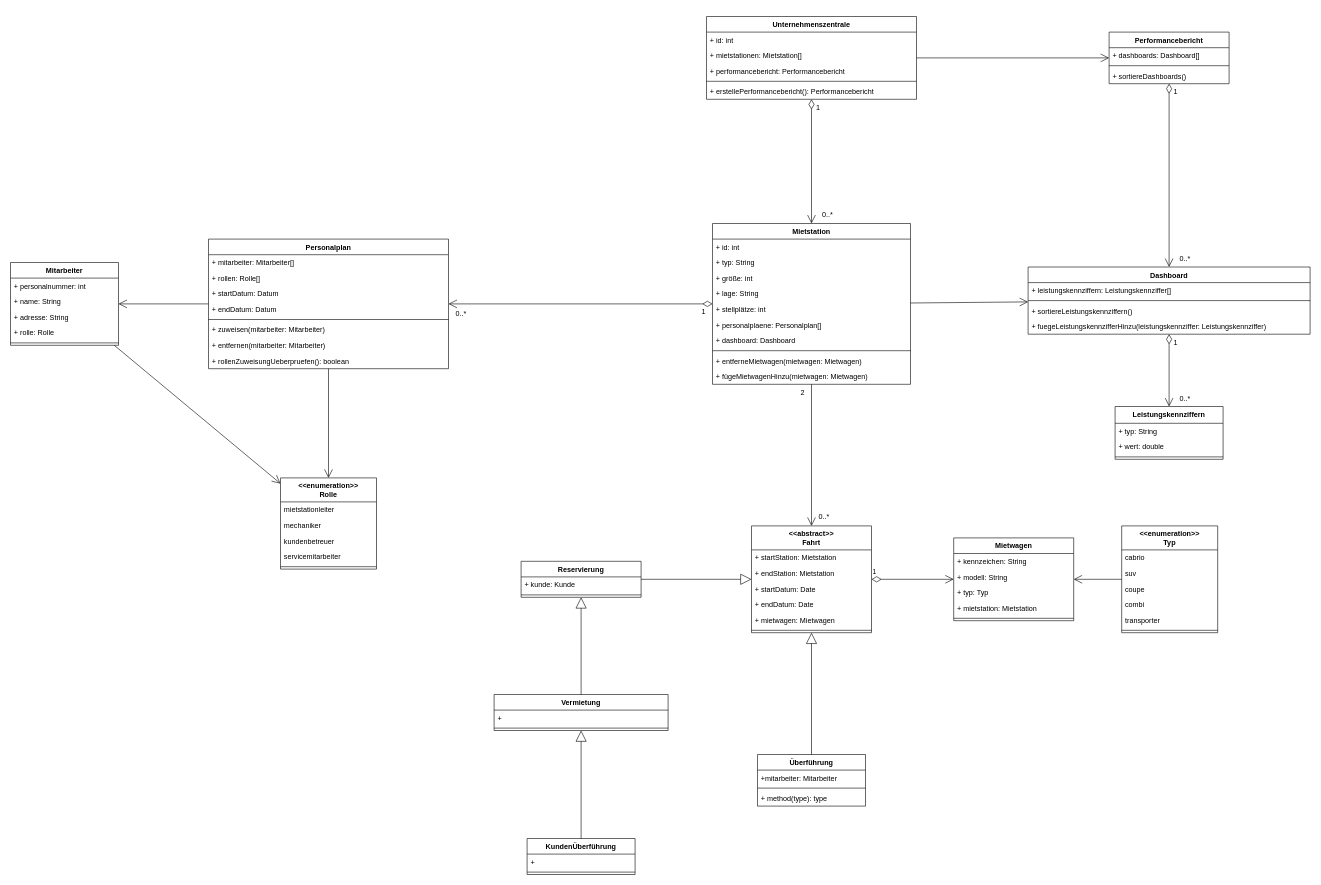
Before: E - Allgemeine Verwaltung/01 Klassendiagramm/01 Klassendiagramm - Allgemeine Verwaltung.drawio in DlieBG/car_rental, a draw.io diagram. Source tidied: cells renumbered, new cells numbered last; positions are measured from the earlier drawing's top-left corner, leaving out a move shared by most shapes. Both pictures are drawn from the tidied source at 60%, with x=0, y=0 at pixel (10, 16).
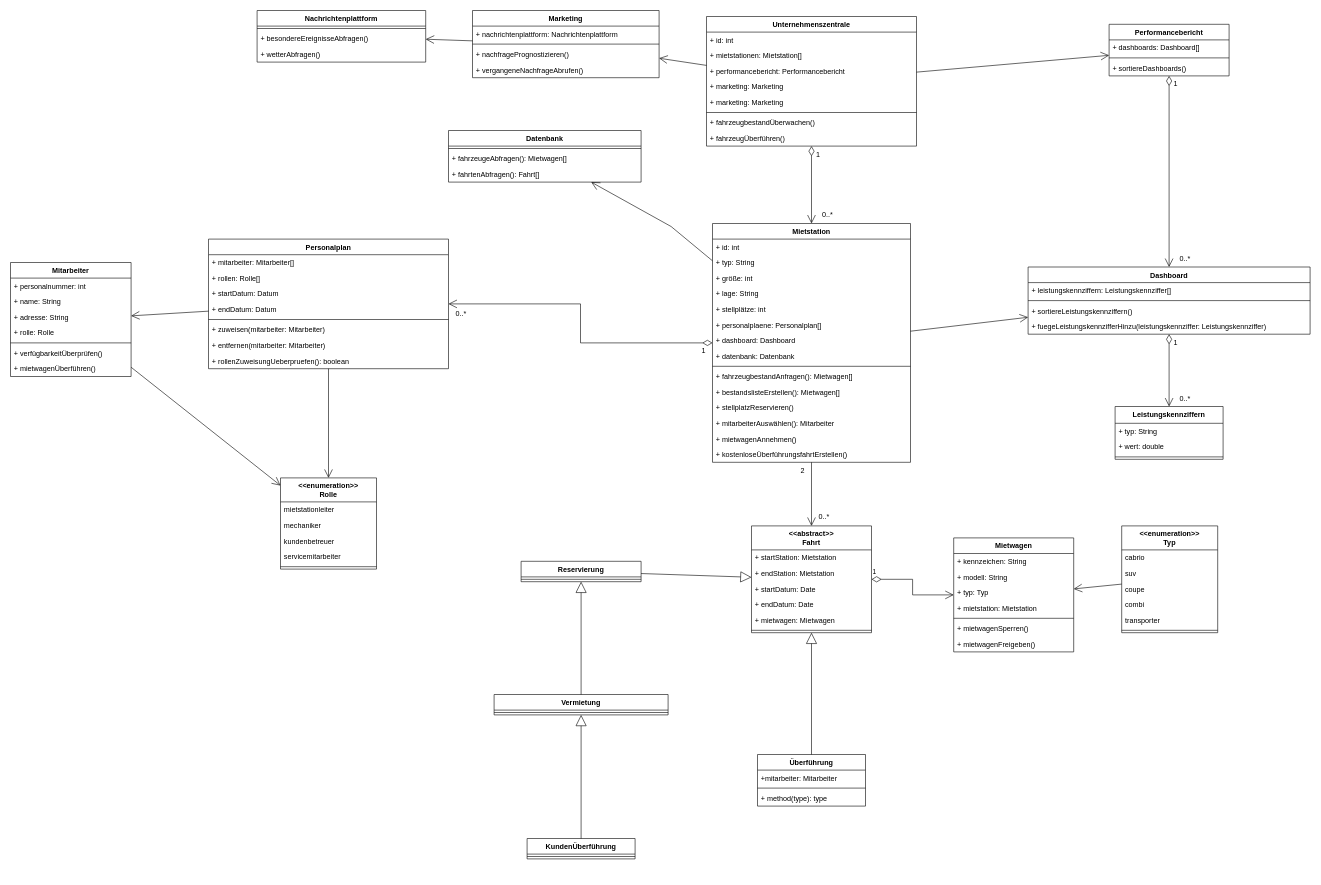
The same page after the edit.

Diff of the diagram source:
```diff
@@
     <mxCell id="2" value="Mietstation" style="swimlane;fontStyle=1;align=center;verticalAlign=top;horizontal=1;startSize=26;" parent="1" vertex="1">
-      <mxGeometry x="1170" y="345" width="330" height="268" as="geometry" />
+      <mxGeometry x="1170" y="345" width="330" height="398" as="geometry" />
     </mxCell>
@@
+    <mxCell id="112" value="+ datenbank: Datenbank" style="text;strokeColor=none;fillColor=none;align=left;verticalAlign=top;spacingLeft=4;spacingRight=4;overflow=hidden;fontSize=12;" parent="2" vertex="1">
+      <mxGeometry y="208" width="330" height="26" as="geometry" />
+    </mxCell>
     <mxCell id="10" style="line;strokeWidth=1;fillColor=none;align=left;verticalAlign=middle;spacingTop=-1;spacingLeft=3;spacingRight=3;labelPosition=right;" parent="2" vertex="1">
-      <mxGeometry y="208" width="330" height="8" as="geometry" />
+      <mxGeometry y="234" width="330" height="8" as="geometry" />
     </mxCell>
-    <mxCell id="11" value="+ entferneMietwagen(mietwagen: Mietwagen)" style="text;strokeColor=none;fillColor=none;align=left;verticalAlign=top;spacingLeft=4;spacingRight=4;overflow=hidden;" parent="2" vertex="1">
-      <mxGeometry y="216" width="330" height="26" as="geometry" />
+    <mxCell id="11" value="+ fahrzeugbestandAnfragen(): Mietwagen[]" style="text;strokeColor=none;fillColor=none;align=left;verticalAlign=top;spacingLeft=4;spacingRight=4;overflow=hidden;" parent="2" vertex="1">
+      <mxGeometry y="242" width="330" height="26" as="geometry" />
     </mxCell>
-    <mxCell id="12" value="+ fügeMietwagenHinzu(mietwagen: Mietwagen)" style="text;strokeColor=none;fillColor=none;align=left;verticalAlign=top;spacingLeft=4;spacingRight=4;overflow=hidden;" parent="2" vertex="1">
-      <mxGeometry y="242" width="330" height="26" as="geometry" />
-    </mxCell>
+    <mxCell id="113" value="+ bestandslisteErstellen(): Mietwagen[]" style="text;strokeColor=none;fillColor=none;align=left;verticalAlign=top;spacingLeft=4;spacingRight=4;overflow=hidden;" parent="2" vertex="1">
+      <mxGeometry y="268" width="330" height="26" as="geometry" />
+    </mxCell>
+    <mxCell id="114" value="+ stellplatzReservieren()" style="text;strokeColor=none;fillColor=none;align=left;verticalAlign=top;spacingLeft=4;spacingRight=4;overflow=hidden;" parent="2" vertex="1">
+      <mxGeometry y="294" width="330" height="26" as="geometry" />
+    </mxCell>
+    <mxCell id="115" value="+ mitarbeiterAuswählen(): Mitarbeiter" style="text;strokeColor=none;fillColor=none;align=left;verticalAlign=top;spacingLeft=4;spacingRight=4;overflow=hidden;" parent="2" vertex="1">
+      <mxGeometry y="320" width="330" height="26" as="geometry" />
+    </mxCell>
+    <mxCell id="116" value="+ mietwagenAnnehmen()" style="text;strokeColor=none;fillColor=none;align=left;verticalAlign=top;spacingLeft=4;spacingRight=4;overflow=hidden;" parent="2" vertex="1">
+      <mxGeometry y="346" width="330" height="26" as="geometry" />
+    </mxCell>
+    <mxCell id="117" value="+ kostenloseÜberführungsfahrtErstellen()" style="text;strokeColor=none;fillColor=none;align=left;verticalAlign=top;spacingLeft=4;spacingRight=4;overflow=hidden;" parent="2" vertex="1">
+      <mxGeometry y="372" width="330" height="26" as="geometry" />
+    </mxCell>
     <mxCell id="13" value="Mietwagen" style="swimlane;fontStyle=1;align=center;verticalAlign=top;horizontal=1;startSize=26;" parent="1" vertex="1">
-      <mxGeometry x="1572" y="869" width="200" height="138" as="geometry" />
+      <mxGeometry x="1572" y="869" width="200" height="190" as="geometry" />
     </mxCell>
@@
+    <mxCell id="118" value="+ mietwagenSperren()" style="text;strokeColor=none;fillColor=none;align=left;verticalAlign=top;spacingLeft=4;spacingRight=4;overflow=hidden;fontSize=12;" parent="13" vertex="1">
+      <mxGeometry y="138" width="200" height="26" as="geometry" />
+    </mxCell>
+    <mxCell id="119" value="+ mietwagenFreigeben()" style="text;strokeColor=none;fillColor=none;align=left;verticalAlign=top;spacingLeft=4;spacingRight=4;overflow=hidden;fontSize=12;" parent="13" vertex="1">
+      <mxGeometry y="164" width="200" height="26" as="geometry" />
+    </mxCell>
     <mxCell id="19" value="Unternehmenszentrale" style="swimlane;fontStyle=1;align=center;verticalAlign=top;horizontal=1;startSize=26;" parent="1" vertex="1">
-      <mxGeometry x="1160" width="350" height="138" as="geometry" />
+      <mxGeometry x="1160" width="350" height="216" as="geometry" />
     </mxCell>
@@
+    <mxCell id="120" value="+ marketing: Marketing" style="text;strokeColor=none;fillColor=none;align=left;verticalAlign=top;spacingLeft=4;spacingRight=4;overflow=hidden;" parent="19" vertex="1">
+      <mxGeometry y="104" width="350" height="26" as="geometry" />
+    </mxCell>
+    <mxCell id="121" value="+ marketing: Marketing" style="text;strokeColor=none;fillColor=none;align=left;verticalAlign=top;spacingLeft=4;spacingRight=4;overflow=hidden;" parent="19" vertex="1">
+      <mxGeometry y="130" width="350" height="26" as="geometry" />
+    </mxCell>
     <mxCell id="23" style="line;strokeWidth=1;fillColor=none;align=left;verticalAlign=middle;spacingTop=-1;spacingLeft=3;spacingRight=3;labelPosition=right;" parent="19" vertex="1">
-      <mxGeometry y="104" width="350" height="8" as="geometry" />
+      <mxGeometry y="156" width="350" height="8" as="geometry" />
     </mxCell>
-    <mxCell id="24" value="+ erstellePerformancebericht(): Performancebericht" style="text;strokeColor=none;fillColor=none;align=left;verticalAlign=top;spacingLeft=4;spacingRight=4;overflow=hidden;" parent="19" vertex="1">
-      <mxGeometry y="112" width="350" height="26" as="geometry" />
-    </mxCell>
+    <mxCell id="122" value="+ fahrzeugbestandÜberwachen()" style="text;strokeColor=none;fillColor=none;align=left;verticalAlign=top;spacingLeft=4;spacingRight=4;overflow=hidden;" parent="19" vertex="1">
+      <mxGeometry y="164" width="350" height="26" as="geometry" />
+    </mxCell>
+    <mxCell id="123" value="+ fahrzeugÜberführen()" style="text;strokeColor=none;fillColor=none;align=left;verticalAlign=top;spacingLeft=4;spacingRight=4;overflow=hidden;" parent="19" vertex="1">
+      <mxGeometry y="190" width="350" height="26" as="geometry" />
+    </mxCell>
     <mxCell id="25" value="Performancebericht" style="swimlane;fontStyle=1;align=center;verticalAlign=top;horizontal=1;startSize=26;" parent="1" vertex="1">
-      <mxGeometry x="1831" y="26" width="200" height="86" as="geometry" />
+      <mxGeometry x="1831" y="13" width="200" height="86" as="geometry" />
     </mxCell>
@@
     <mxCell id="34" value="Mitarbeiter" style="swimlane;fontStyle=1;align=center;verticalAlign=top;horizontal=1;startSize=26;" parent="1" vertex="1">
-      <mxGeometry y="410" width="180" height="138" as="geometry" />
+      <mxGeometry y="410" width="201" height="190" as="geometry" />
     </mxCell>
     <mxCell id="35" value="+ personalnummer: int" style="text;strokeColor=none;fillColor=none;align=left;verticalAlign=top;spacingLeft=4;spacingRight=4;overflow=hidden;" parent="34" vertex="1">
-      <mxGeometry y="26" width="180" height="26" as="geometry" />
+      <mxGeometry y="26" width="201" height="26" as="geometry" />
     </mxCell>
     <mxCell id="36" value="+ name: String" style="text;strokeColor=none;fillColor=none;align=left;verticalAlign=top;spacingLeft=4;spacingRight=4;overflow=hidden;fontSize=12;" parent="34" vertex="1">
-      <mxGeometry y="52" width="180" height="26" as="geometry" />
+      <mxGeometry y="52" width="201" height="26" as="geometry" />
     </mxCell>
     <mxCell id="37" value="+ adresse: String" style="text;strokeColor=none;fillColor=none;align=left;verticalAlign=top;spacingLeft=4;spacingRight=4;overflow=hidden;fontSize=12;" parent="34" vertex="1">
-      <mxGeometry y="78" width="180" height="26" as="geometry" />
+      <mxGeometry y="78" width="201" height="26" as="geometry" />
     </mxCell>
     <mxCell id="38" value="+ rolle: Rolle" style="text;strokeColor=none;fillColor=none;align=left;verticalAlign=top;spacingLeft=4;spacingRight=4;overflow=hidden;" parent="34" vertex="1">
-      <mxGeometry y="104" width="180" height="26" as="geometry" />
+      <mxGeometry y="104" width="201" height="26" as="geometry" />
     </mxCell>
     <mxCell id="39" style="line;strokeWidth=1;fillColor=none;align=left;verticalAlign=middle;spacingTop=-1;spacingLeft=3;spacingRight=3;labelPosition=right;" parent="34" vertex="1">
-      <mxGeometry y="130" width="180" height="8" as="geometry" />
+      <mxGeometry y="130" width="201" height="8" as="geometry" />
     </mxCell>
+    <mxCell id="124" value="+ verfügbarkeitÜberprüfen()" style="text;strokeColor=none;fillColor=none;align=left;verticalAlign=top;spacingLeft=4;spacingRight=4;overflow=hidden;" parent="34" vertex="1">
+      <mxGeometry y="138" width="201" height="26" as="geometry" />
+    </mxCell>
+    <mxCell id="125" value="+ mietwagenÜberführen()" style="text;strokeColor=none;fillColor=none;align=left;verticalAlign=top;spacingLeft=4;spacingRight=4;overflow=hidden;" parent="34" vertex="1">
+      <mxGeometry y="164" width="201" height="26" as="geometry" />
+    </mxCell>
@@
     <mxCell id="46" value="Vermietung" style="swimlane;fontStyle=1;align=center;verticalAlign=top;horizontal=1;startSize=26;" parent="1" vertex="1">
-      <mxGeometry x="806" y="1130" width="290" height="60" as="geometry" />
+      <mxGeometry x="806" y="1130" width="290" height="34" as="geometry" />
     </mxCell>
-    <mxCell id="47" value="+ " style="text;strokeColor=none;fillColor=none;align=left;verticalAlign=top;spacingLeft=4;spacingRight=4;overflow=hidden;" parent="46" vertex="1">
-      <mxGeometry y="26" width="290" height="26" as="geometry" />
-    </mxCell>
     <mxCell id="48" style="line;strokeWidth=1;fillColor=none;align=left;verticalAlign=middle;spacingTop=-1;spacingLeft=3;spacingRight=3;labelPosition=right;" parent="46" vertex="1">
-      <mxGeometry y="52" width="290" height="8" as="geometry" />
+      <mxGeometry y="26" width="290" height="8" as="geometry" />
     </mxCell>
     <mxCell id="49" value="Reservierung" style="swimlane;fontStyle=1;align=center;verticalAlign=top;horizontal=1;startSize=26;" parent="1" vertex="1">
-      <mxGeometry x="851" y="908" width="200" height="60" as="geometry" />
+      <mxGeometry x="851" y="908" width="200" height="34" as="geometry" />
     </mxCell>
-    <mxCell id="50" value="+ kunde: Kunde" style="text;strokeColor=none;fillColor=none;align=left;verticalAlign=top;spacingLeft=4;spacingRight=4;overflow=hidden;" parent="49" vertex="1">
-      <mxGeometry y="26" width="200" height="26" as="geometry" />
-    </mxCell>
     <mxCell id="51" style="line;strokeWidth=1;fillColor=none;align=left;verticalAlign=middle;spacingTop=-1;spacingLeft=3;spacingRight=3;labelPosition=right;" parent="49" vertex="1">
-      <mxGeometry y="52" width="200" height="8" as="geometry" />
+      <mxGeometry y="26" width="200" height="8" as="geometry" />
     </mxCell>
@@
     <mxCell id="101" value="KundenÜberführung" style="swimlane;fontStyle=1;align=center;verticalAlign=top;horizontal=1;startSize=26;" parent="1" vertex="1">
-      <mxGeometry x="861" y="1370" width="180" height="60" as="geometry" />
+      <mxGeometry x="861" y="1370" width="180" height="34" as="geometry" />
     </mxCell>
-    <mxCell id="102" value="+ " style="text;strokeColor=none;fillColor=none;align=left;verticalAlign=top;spacingLeft=4;spacingRight=4;overflow=hidden;" parent="101" vertex="1">
-      <mxGeometry y="26" width="180" height="26" as="geometry" />
-    </mxCell>
     <mxCell id="103" style="line;strokeWidth=1;fillColor=none;align=left;verticalAlign=middle;spacingTop=-1;spacingLeft=3;spacingRight=3;labelPosition=right;" parent="101" vertex="1">
-      <mxGeometry y="52" width="180" height="8" as="geometry" />
+      <mxGeometry y="26" width="180" height="8" as="geometry" />
     </mxCell>
@@
+    <mxCell id="126" value="Marketing" style="swimlane;fontStyle=1;align=center;verticalAlign=top;horizontal=1;startSize=26;" parent="1" vertex="1">
+      <mxGeometry x="770" y="-10" width="311" height="112" as="geometry" />
+    </mxCell>
+    <mxCell id="127" value="+ nachrichtenplattform: Nachrichtenplattform" style="text;strokeColor=none;fillColor=none;align=left;verticalAlign=top;spacingLeft=4;spacingRight=4;overflow=hidden;" parent="126" vertex="1">
+      <mxGeometry y="26" width="311" height="26" as="geometry" />
+    </mxCell>
+    <mxCell id="128" style="line;strokeWidth=1;fillColor=none;align=left;verticalAlign=middle;spacingTop=-1;spacingLeft=3;spacingRight=3;labelPosition=right;" parent="126" vertex="1">
+      <mxGeometry y="52" width="311" height="8" as="geometry" />
+    </mxCell>
+    <mxCell id="129" value="+ nachfragePrognostizieren()" style="text;strokeColor=none;fillColor=none;align=left;verticalAlign=top;spacingLeft=4;spacingRight=4;overflow=hidden;" parent="126" vertex="1">
+      <mxGeometry y="60" width="311" height="26" as="geometry" />
+    </mxCell>
+    <mxCell id="130" value="+ vergangeneNachfrageAbrufen()" style="text;strokeColor=none;fillColor=none;align=left;verticalAlign=top;spacingLeft=4;spacingRight=4;overflow=hidden;" parent="126" vertex="1">
+      <mxGeometry y="86" width="311" height="26" as="geometry" />
+    </mxCell>
+    <mxCell id="131" value="Datenbank" style="swimlane;fontStyle=1;align=center;verticalAlign=top;horizontal=1;startSize=26;" parent="1" vertex="1">
+      <mxGeometry x="730" y="190" width="321" height="86" as="geometry" />
+    </mxCell>
+    <mxCell id="132" style="line;strokeWidth=1;fillColor=none;align=left;verticalAlign=middle;spacingTop=-1;spacingLeft=3;spacingRight=3;labelPosition=right;" parent="131" vertex="1">
+      <mxGeometry y="26" width="321" height="8" as="geometry" />
+    </mxCell>
+    <mxCell id="133" value="+ fahrzeugeAbfragen(): Mietwagen[]" style="text;strokeColor=none;fillColor=none;align=left;verticalAlign=top;spacingLeft=4;spacingRight=4;overflow=hidden;" parent="131" vertex="1">
+      <mxGeometry y="34" width="321" height="26" as="geometry" />
+    </mxCell>
+    <mxCell id="134" value="+ fahrtenAbfragen(): Fahrt[]" style="text;strokeColor=none;fillColor=none;align=left;verticalAlign=top;spacingLeft=4;spacingRight=4;overflow=hidden;" parent="131" vertex="1">
+      <mxGeometry y="60" width="321" height="26" as="geometry" />
+    </mxCell>
+    <mxCell id="135" style="endArrow=open;endFill=1;endSize=12;html=1;rounded=0;fontSize=12;" parent="1" edge="1" source="2" target="131">
+      <mxGeometry relative="1" as="geometry">
+        <Array as="points">
+          <mxPoint x="1101" y="350" />
+        </Array>
+      </mxGeometry>
+    </mxCell>
+    <mxCell id="136" value="Nachrichtenplattform" style="swimlane;fontStyle=1;align=center;verticalAlign=top;horizontal=1;startSize=26;" parent="1" vertex="1">
+      <mxGeometry x="411" y="-10" width="281" height="86" as="geometry" />
+    </mxCell>
+    <mxCell id="137" style="line;strokeWidth=1;fillColor=none;align=left;verticalAlign=middle;spacingTop=-1;spacingLeft=3;spacingRight=3;labelPosition=right;" parent="136" vertex="1">
+      <mxGeometry y="26" width="281" height="8" as="geometry" />
+    </mxCell>
+    <mxCell id="138" value="+ besondereEreignisseAbfragen()" style="text;strokeColor=none;fillColor=none;align=left;verticalAlign=top;spacingLeft=4;spacingRight=4;overflow=hidden;" parent="136" vertex="1">
+      <mxGeometry y="34" width="281" height="26" as="geometry" />
+    </mxCell>
+    <mxCell id="139" value="+ wetterAbfragen()" style="text;strokeColor=none;fillColor=none;align=left;verticalAlign=top;spacingLeft=4;spacingRight=4;overflow=hidden;" parent="136" vertex="1">
+      <mxGeometry y="60" width="281" height="26" as="geometry" />
+    </mxCell>
+    <mxCell id="140" style="endArrow=open;endFill=1;endSize=12;html=1;rounded=0;" parent="1" edge="1" source="126" target="136">
+      <mxGeometry relative="1" as="geometry" />
+    </mxCell>
+    <mxCell id="141" style="endArrow=open;endFill=1;endSize=12;html=1;rounded=0;" parent="1" edge="1" source="19" target="126">
+      <mxGeometry relative="1" as="geometry" />
+    </mxCell>
```
